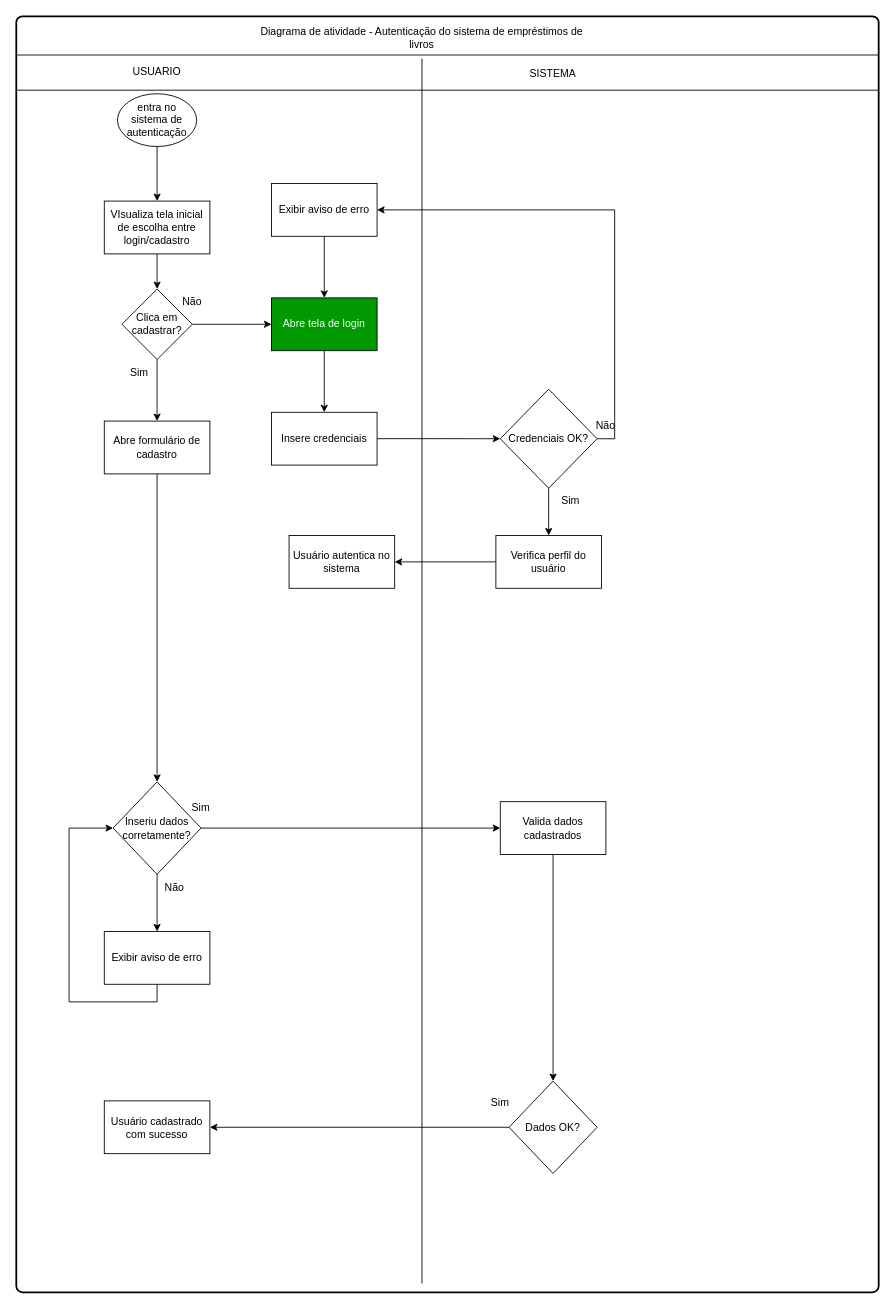
Above: page "Diagrama_atividade_cadastro_login" (2 of 4) of Diagramas/Diagramas.drawio in Raphael0305/Fatec-PI (draw.io), before the change. Source tidied: cells renumbered, new cells numbered last; positions are measured from the earlier drawing's top-left corner, leaving out a move shared by most shapes. Both pictures are drawn from the tidied source at 88%, with x=0, y=0 at pixel (16, 16).
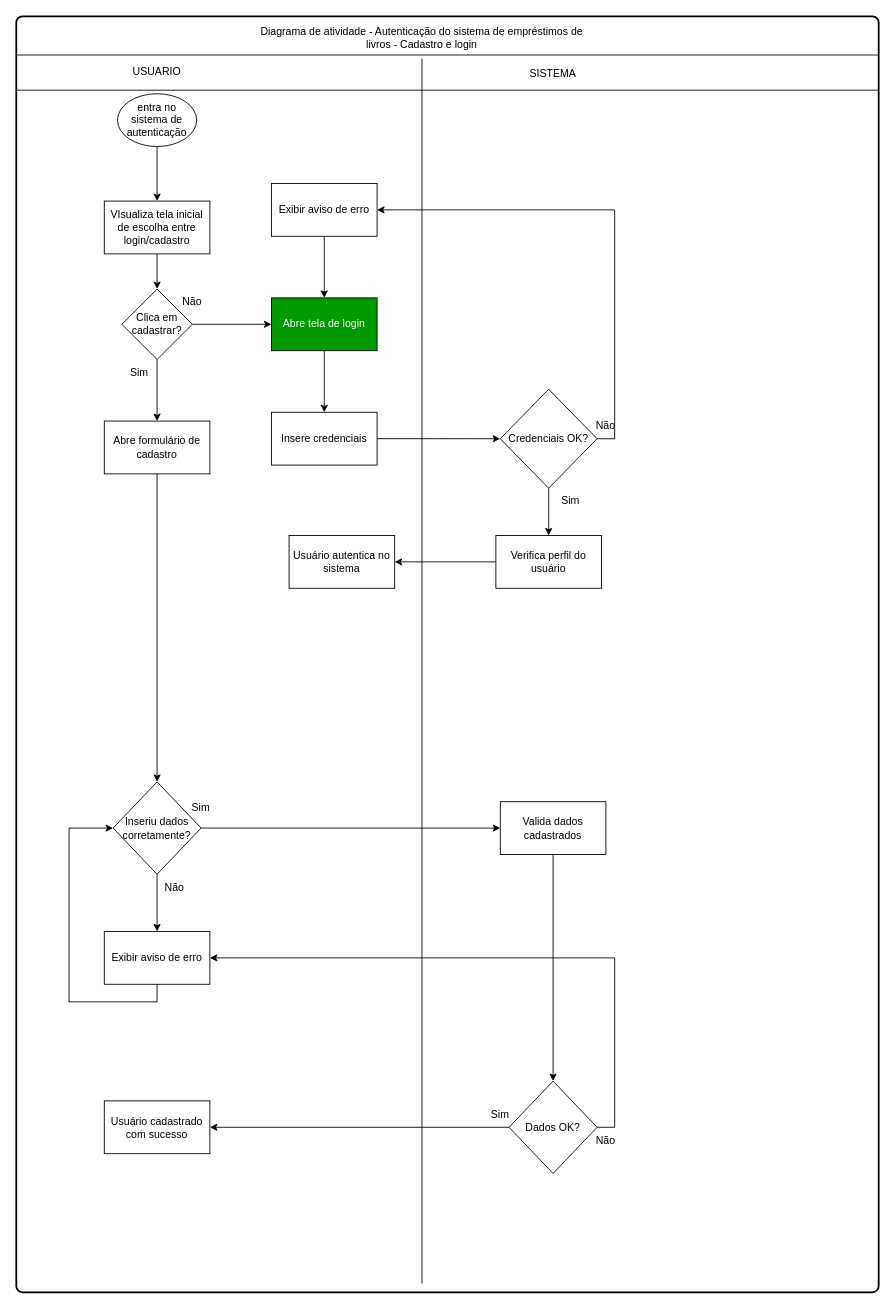
Above is the later version.

Unchanged cells that the change refers to:
```xml
<mxCell id="26" value="Dados OK?" style="rhombus;whiteSpace=wrap;html=1;" parent="1" vertex="1">
  <mxGeometry x="560" y="1210" width="100" height="105" as="geometry" />
</mxCell>
<mxCell id="42" value="Exibir aviso de erro" style="rounded=0;whiteSpace=wrap;html=1;" parent="1" vertex="1">
  <mxGeometry x="100" y="1040" width="120" height="60" as="geometry" />
</mxCell>
```

What changed in the source:
```diff
@@
-    <mxCell id="4" value="Diagrama de atividade - Autenticação do sistema de empréstimos de livros" style="text;html=1;align=center;verticalAlign=middle;whiteSpace=wrap;rounded=0;" parent="1" vertex="1">
+    <mxCell id="4" value="Diagrama de atividade - Autenticação do sistema de empréstimos de livros - Cadastro e login" style="text;html=1;align=center;verticalAlign=middle;whiteSpace=wrap;rounded=0;" parent="1" vertex="1">
       <mxGeometry x="276" y="10" width="370" height="30" as="geometry" />
     </mxCell>
@@
+    <mxCell id="47" style="edgeStyle=orthogonalEdgeStyle;rounded=0;jettySize=auto;html=1;exitX=1;exitY=0.5;exitDx=0;exitDy=0;entryX=1;entryY=0.5;entryDx=0;entryDy=0;" parent="1" edge="1" source="26" target="42">
+      <mxGeometry relative="1" as="geometry" />
+    </mxCell>
@@
     <mxCell id="28" value="Sim" style="text;html=1;align=center;verticalAlign=middle;whiteSpace=wrap;rounded=0;" parent="1" vertex="1">
-      <mxGeometry x="520" y="1220" width="60" height="30" as="geometry" />
+      <mxGeometry x="520" y="1232.5" width="60" height="30" as="geometry" />
     </mxCell>
@@
+    <mxCell id="48" value="Não" style="text;html=1;align=center;verticalAlign=middle;whiteSpace=wrap;rounded=0;" parent="1" vertex="1">
+      <mxGeometry x="640" y="1262.5" width="60" height="30" as="geometry" />
+    </mxCell>
```
